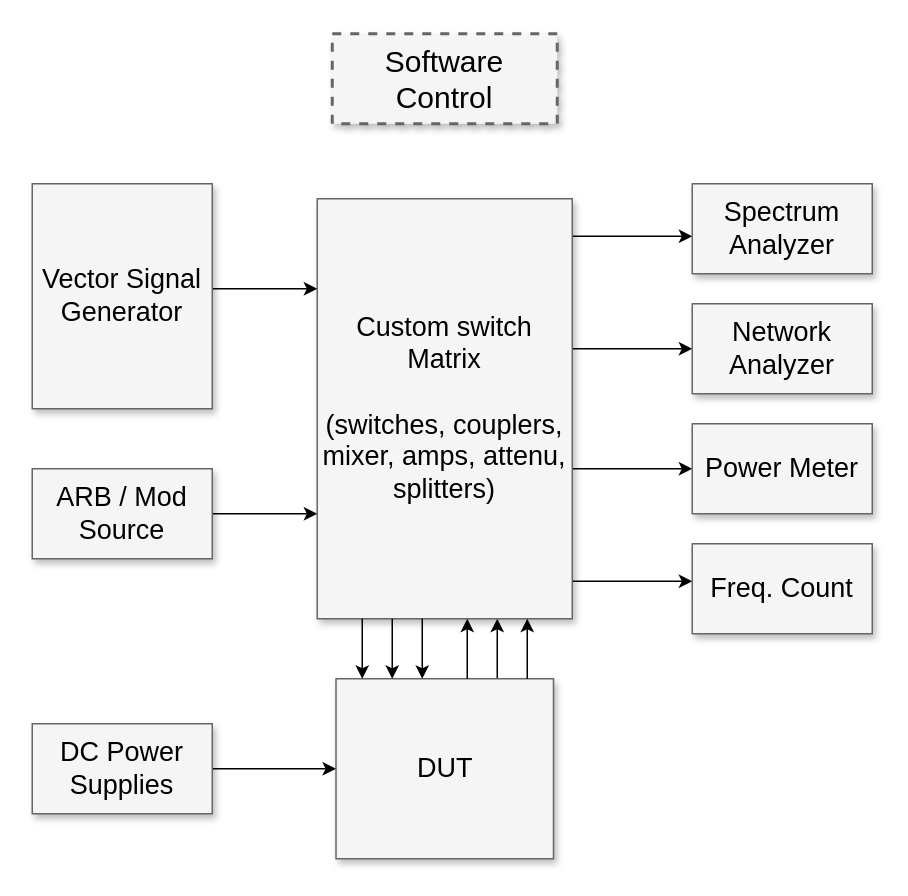
This is 제목 없는 다이어그램.drawio from sangminla/sangminla, a draw.io file, before an edit. Source tidied: cells renumbered, new cells numbered last; positions are measured from the earlier drawing's top-left corner, leaving out a move shared by most shapes. Both pictures are drawn from the tidied source at 150%, with x=0, y=0 at pixel (32, 33).
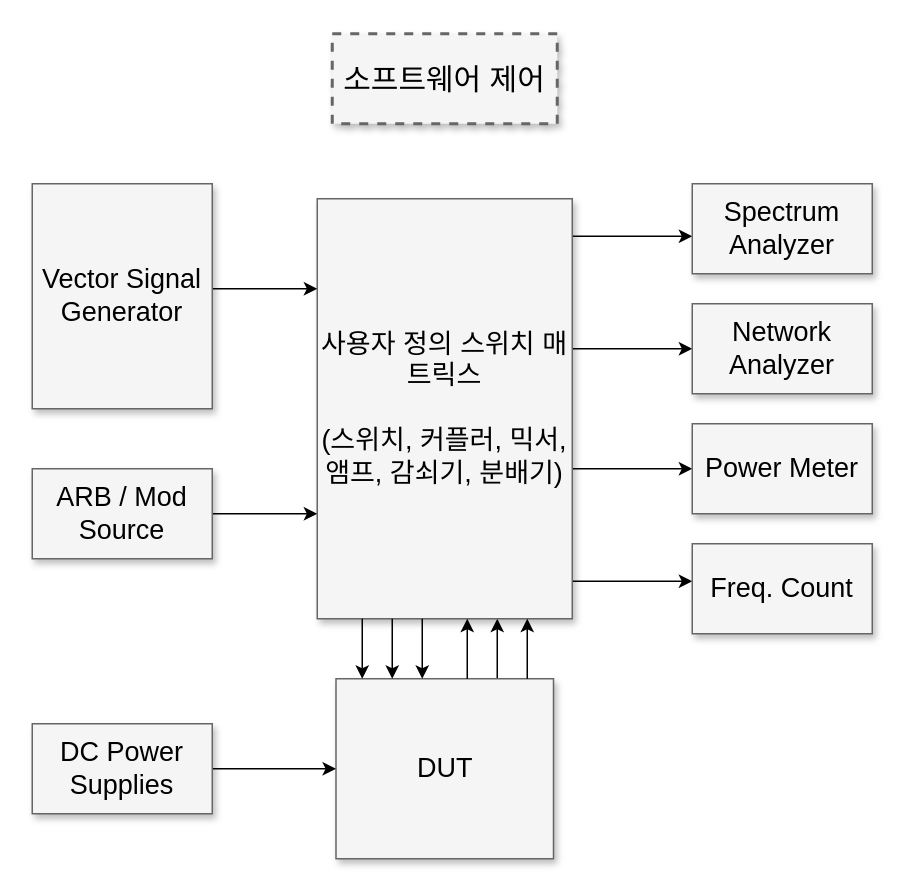
Above is the later version.

Commit message (it also covers changes not shown here):
제목 없는 다이어그램.drawio 업데이트

Change to the diagram source:
```diff
@@
-    <mxCell id="2" value="Software Control" style="whiteSpace=wrap;html=1;shadow=1;fontSize=20;fillColor=#f5f5f5;strokeColor=#666666;strokeWidth=2;dashed=1;" parent="1" vertex="1">
+    <mxCell id="2" value="소프트웨어 제어" style="whiteSpace=wrap;html=1;shadow=1;fontSize=20;fillColor=#f5f5f5;strokeColor=#666666;strokeWidth=2;dashed=1;" parent="1" vertex="1">
       <mxGeometry x="200" width="150" height="60" as="geometry" />
     </mxCell>
@@
-    <mxCell id="8" value="Custom switch Matrix&lt;div&gt;&lt;br&gt;&lt;/div&gt;&lt;div&gt;(switches, couplers, mixer, amps, attenu, splitters)&lt;/div&gt;" style="whiteSpace=wrap;html=1;shadow=1;fontSize=18;fillColor=#f5f5f5;strokeColor=#666666;" parent="1" vertex="1">
+    <mxCell id="8" value="사용자 정의 스위치 매트릭스&lt;div&gt;&lt;br&gt;&lt;/div&gt;&lt;div&gt;(스위치, 커플러, 믹서, 앰프, 감쇠기, 분배기)&lt;/div&gt;" style="whiteSpace=wrap;html=1;shadow=1;fontSize=18;fillColor=#f5f5f5;strokeColor=#666666;" parent="1" vertex="1">
       <mxGeometry x="190" y="110" width="170" height="280" as="geometry" />
     </mxCell>
```
